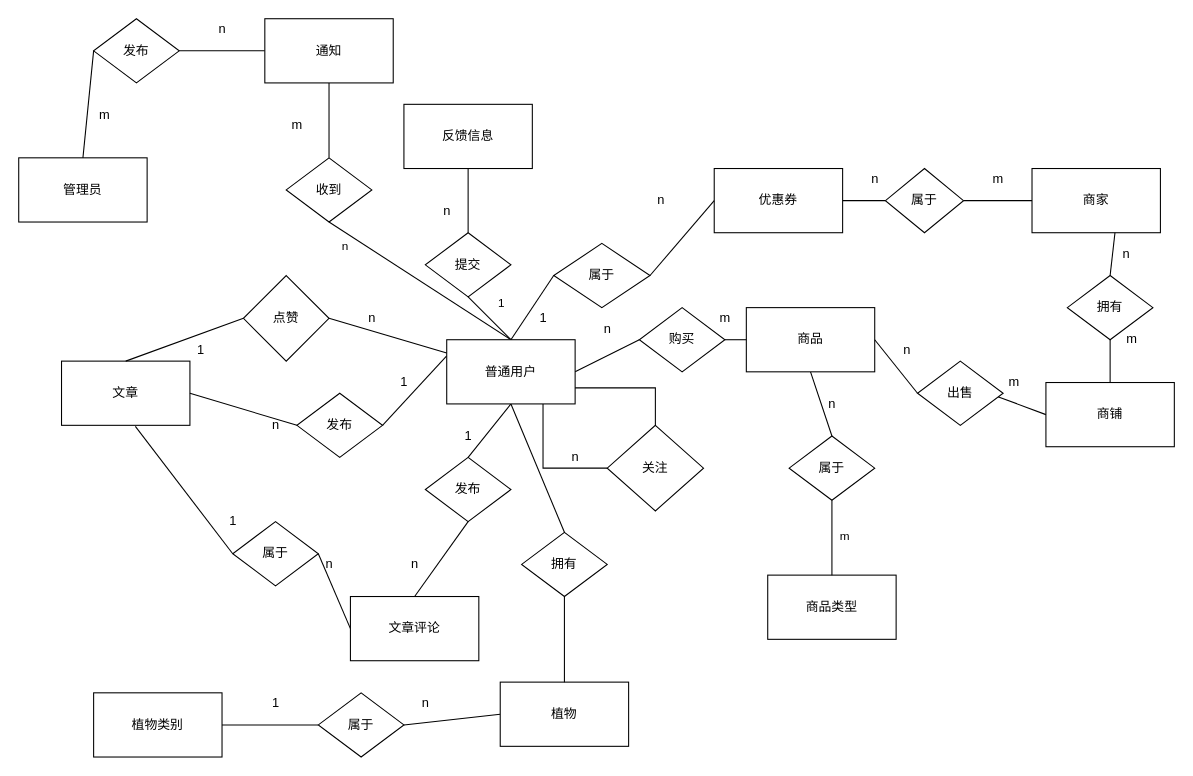
The draw.io diagram AIPLANTING_ER.drawio in SixteenTime/aboutSome, before the edit. Source tidied: cells renumbered, new cells numbered last; positions are measured from the earlier drawing's top-left corner, leaving out a move shared by most shapes. Both pictures are drawn from the tidied source at 107%, with x=0, y=0 at pixel (18, 18).
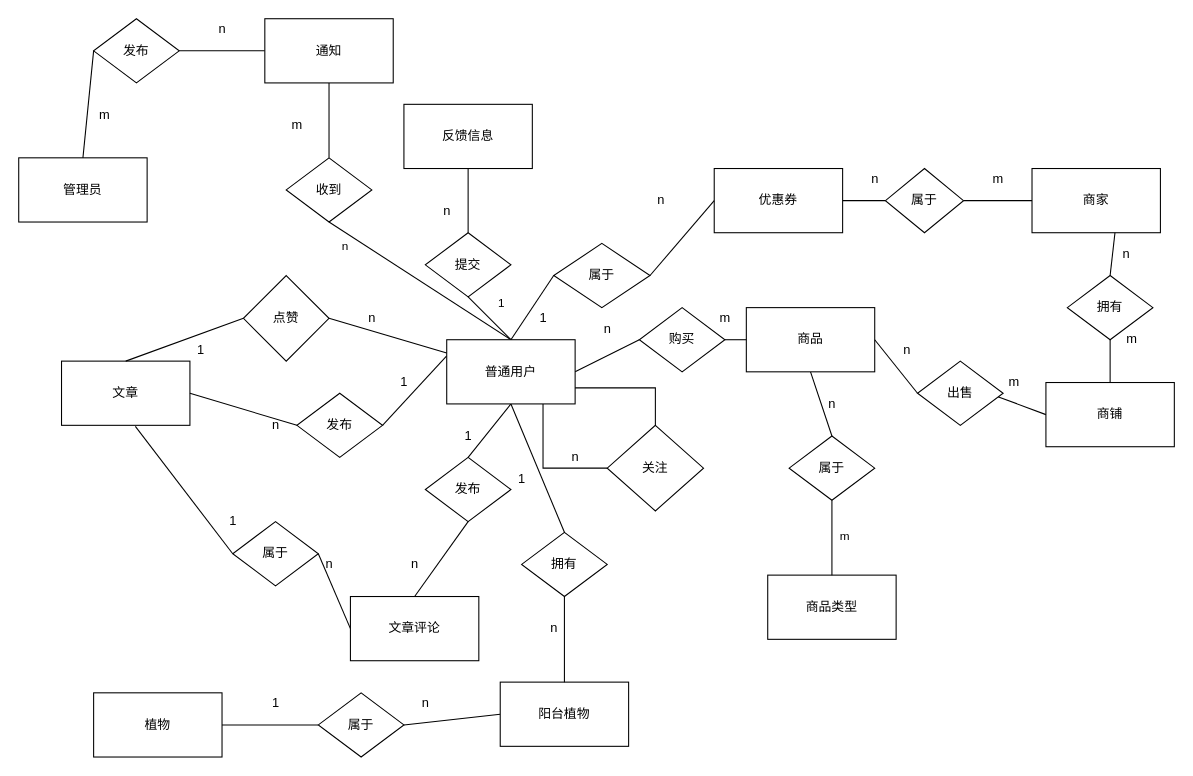
The same page after the edit.

Diff of the diagram source:
```diff
@@
-    <mxCell id="46" value="植物" style="rounded=0;whiteSpace=wrap;html=1;" parent="1" vertex="1">
+    <mxCell id="46" value="阳台植物" style="rounded=0;whiteSpace=wrap;html=1;" parent="1" vertex="1">
       <mxGeometry x="450" y="620" width="120" height="60" as="geometry" />
     </mxCell>
@@
-    <mxCell id="64" value="植物类别" style="rounded=0;whiteSpace=wrap;html=1;" parent="1" vertex="1">
+    <mxCell id="64" value="植物" style="rounded=0;whiteSpace=wrap;html=1;" parent="1" vertex="1">
       <mxGeometry x="70" y="630" width="120" height="60" as="geometry" />
     </mxCell>
@@
+    <mxCell id="92" value="1" style="text;html=1;align=center;verticalAlign=middle;" parent="1" vertex="1">
+      <mxGeometry x="460" y="420" width="20" height="20" as="geometry" />
+    </mxCell>
+    <mxCell id="93" value="n" style="text;html=1;align=center;verticalAlign=middle;" parent="1" vertex="1">
+      <mxGeometry x="490" y="560" width="20" height="20" as="geometry" />
+    </mxCell>
```
